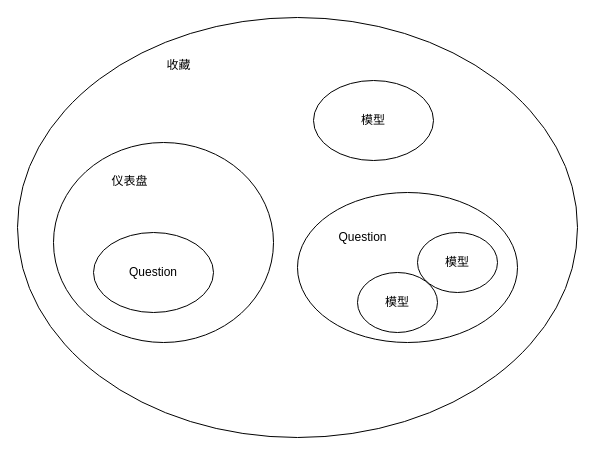
OJBK123/Draws keeps this draw.io diagram as metabase.drawio. Above is the earlier version. Source tidied: cells renumbered, new cells numbered last; positions are measured from the earlier drawing's top-left corner, leaving out a move shared by most shapes. Both pictures are drawn from the tidied source at 100%, with x=0, y=0 at pixel (17, 17).
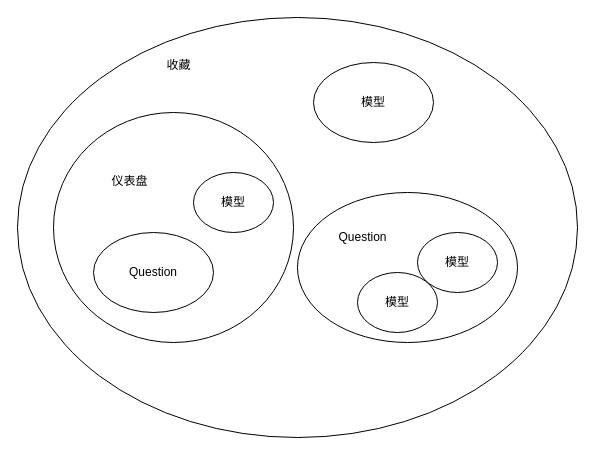
The same diagram, later.

The edit, as a diff of the source:
```diff
@@
 <mxGraphModel>
   <root>
     <mxCell id="0" />
     <mxCell id="1" parent="0" />
     <mxCell id="2" style="ellipse;whiteSpace=wrap;html=1;" parent="1" vertex="1">
       <mxGeometry width="560" height="420" as="geometry" />
     </mxCell>
     <mxCell id="3" value="收藏" style="text;html=1;align=center;verticalAlign=middle;strokeColor=none;fillColor=none;" parent="1" vertex="1">
       <mxGeometry x="136" y="33" width="50" height="30" as="geometry" />
     </mxCell>
     <mxCell id="4" value="模型" style="ellipse;whiteSpace=wrap;html=1;" parent="1" vertex="1">
-      <mxGeometry x="296" y="63" width="120" height="80" as="geometry" />
+      <mxGeometry x="296" y="45" width="120" height="80" as="geometry" />
     </mxCell>
     <mxCell id="5" style="group;" parent="1" vertex="1">
       <mxGeometry x="280" y="175" width="220" height="150" as="geometry" />
     </mxCell>
     <mxCell id="6" style="ellipse;whiteSpace=wrap;html=1;" parent="5" vertex="1">
       <mxGeometry width="220" height="150" as="geometry" />
     </mxCell>
     <mxCell id="7" value="Question" style="text;html=1;align=center;verticalAlign=middle;strokeColor=none;fillColor=none;" parent="5" vertex="1">
       <mxGeometry x="30" y="30" width="70" height="30" as="geometry" />
     </mxCell>
     <mxCell id="8" value="模型" style="ellipse;whiteSpace=wrap;html=1;" parent="5" vertex="1">
       <mxGeometry x="60" y="80" width="80" height="60" as="geometry" />
     </mxCell>
     <mxCell id="9" value="模型" style="ellipse;whiteSpace=wrap;html=1;" parent="5" vertex="1">
       <mxGeometry x="120" y="40" width="80" height="60" as="geometry" />
     </mxCell>
     <mxCell id="10" style="group;" parent="1" vertex="1">
-      <mxGeometry x="36" y="125" width="220" height="200" as="geometry" />
+      <mxGeometry x="36" y="125" width="240" height="200" as="geometry" />
     </mxCell>
     <mxCell id="11" style="ellipse;whiteSpace=wrap;html=1;" parent="10" vertex="1">
-      <mxGeometry width="220" height="200" as="geometry" />
+      <mxGeometry y="-30" width="240" height="230" as="geometry" />
     </mxCell>
     <mxCell id="12" value="仪表盘" style="text;html=1;align=center;verticalAlign=middle;strokeColor=none;fillColor=none;" parent="10" vertex="1">
       <mxGeometry x="46.3" y="23.5" width="60" height="30" as="geometry" />
     </mxCell>
     <mxCell id="13" value="Question" style="ellipse;whiteSpace=wrap;html=1;" parent="10" vertex="1">
       <mxGeometry x="40" y="90" width="120" height="80" as="geometry" />
     </mxCell>
+    <mxCell id="14" value="模型" style="ellipse;whiteSpace=wrap;html=1;" parent="10" vertex="1">
+      <mxGeometry x="140" y="30" width="80" height="60" as="geometry" />
+    </mxCell>
   </root>
 </mxGraphModel>
```
